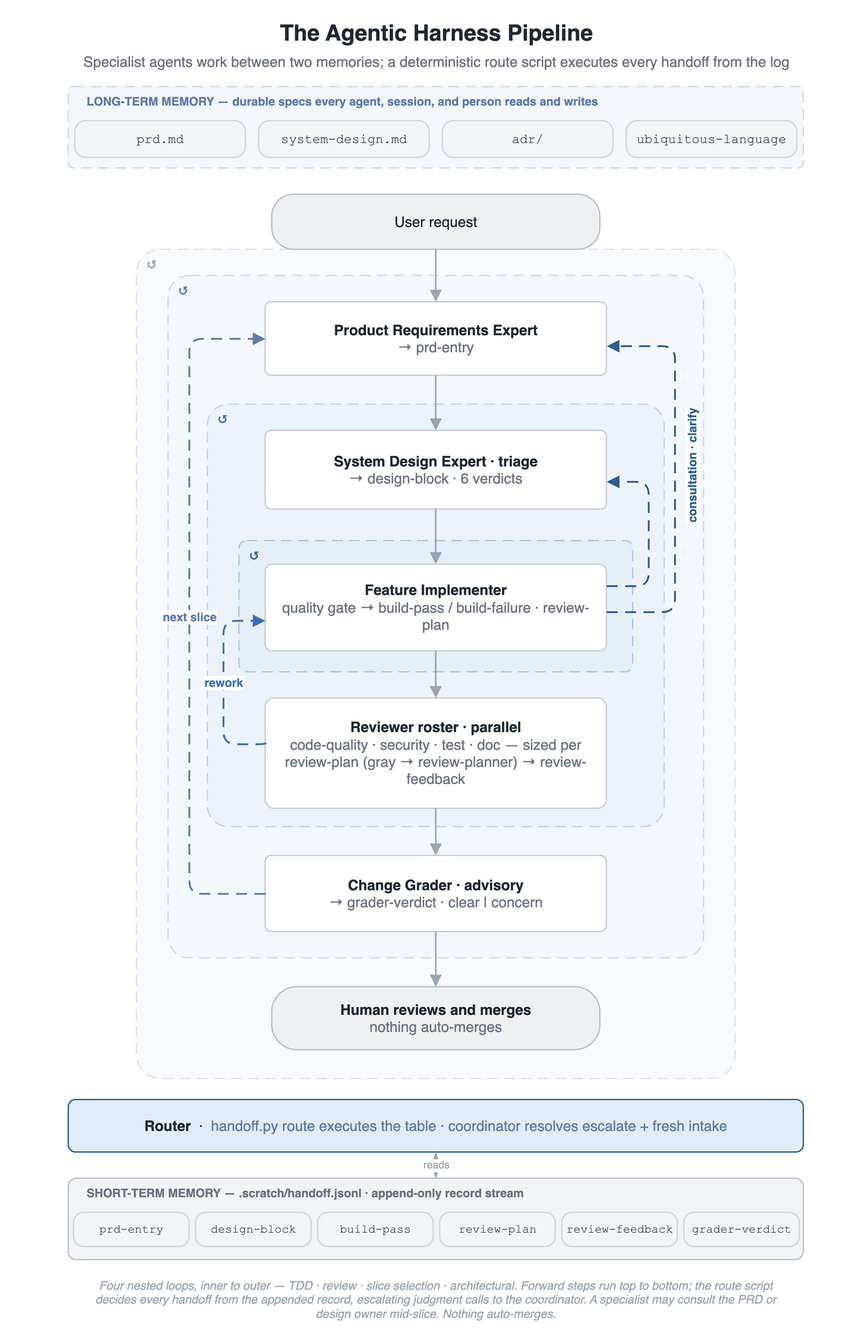
Before: docs/images/pipeline-flow.drawio.png, a diagram exported from draw.io (woditschka/agentic-coding-reference). Source tidied: cells renumbered, new cells last; positions are measured from the earlier drawing's top-left corner, leaving out a move shared by most shapes.
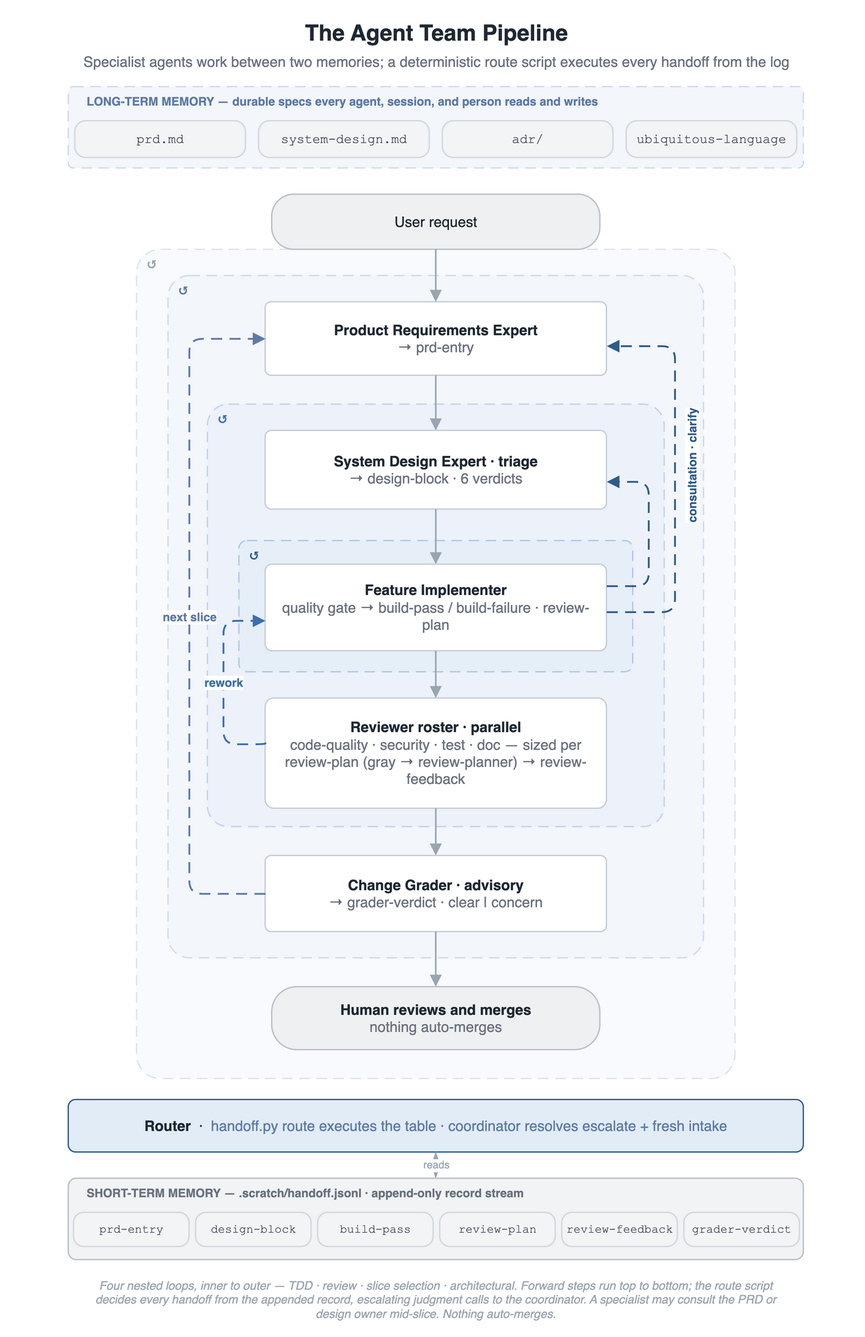
Above is the later version.

Commit message:
docs: name the product agent-team; add walkthrough

Change to the diagram source:
```diff
@@ -2,7 +2,7 @@
   <root>
     <mxCell id="0" />
     <mxCell id="1" parent="0" />
-    <mxCell id="2" value="The Agentic Harness Pipeline" style="text;html=1;align=center;verticalAlign=middle;fontSize=17;fontStyle=1;fontColor=#1F2933;" parent="1" vertex="1">
+    <mxCell id="2" value="The Agent Team Pipeline" style="text;html=1;align=center;verticalAlign=middle;fontSize=17;fontStyle=1;fontColor=#1F2933;" parent="1" vertex="1">
       <mxGeometry width="640" height="26" as="geometry" />
     </mxCell>
     <mxCell id="3" value="Specialist agents work between two memories; a deterministic route script executes every handoff from the log" style="text;html=1;align=center;verticalAlign=middle;fontSize=11;fontColor=#6B7280;" parent="1" vertex="1">
```
